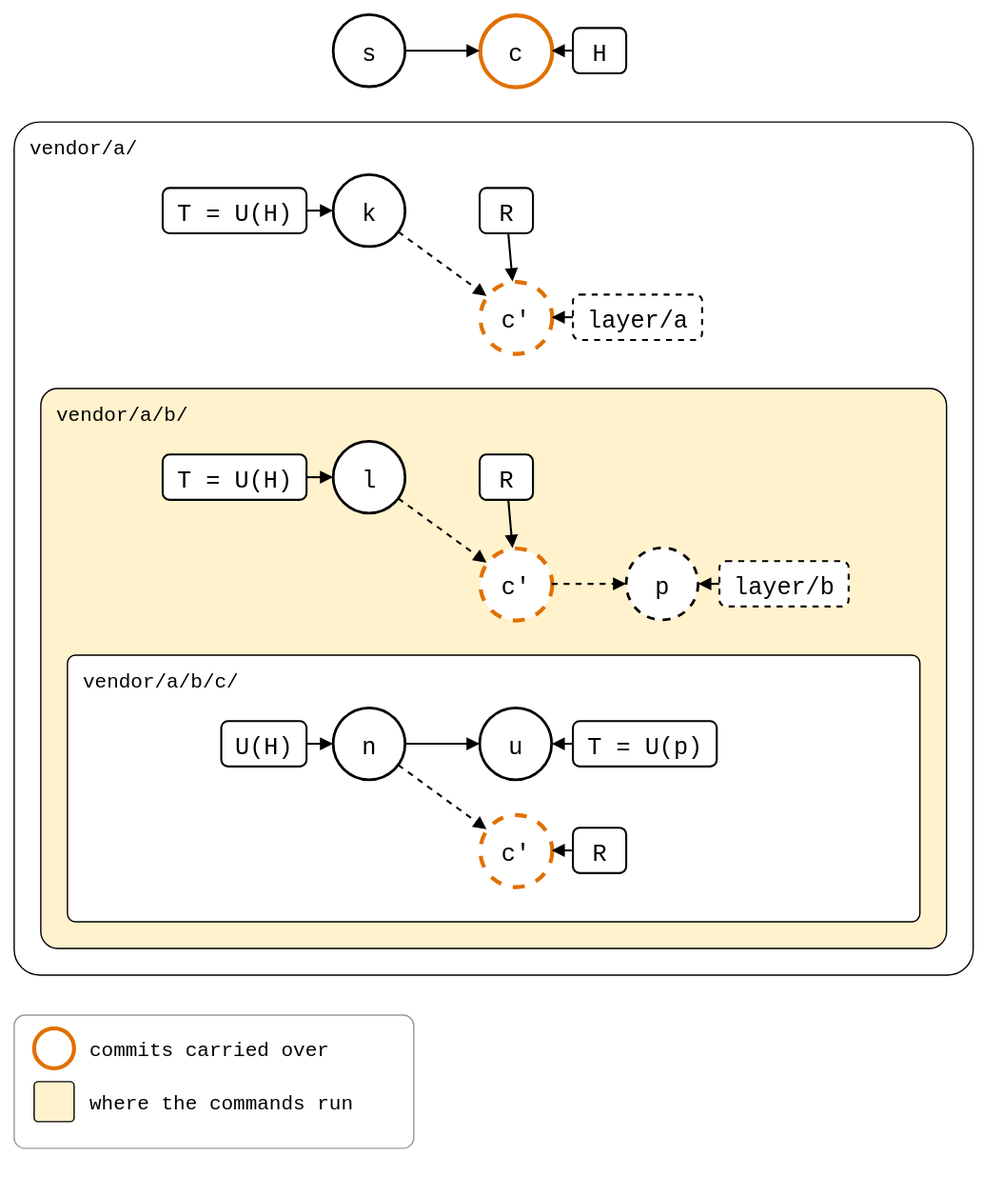
Before: docs/09-scenarios/05-nested-splices/01-nested-splices/02-three-levels/levels-pulled-below.drawio.svg, a diagram exported from draw.io (roschaefer/git-splice). Source tidied: cells renumbered, new cells last; positions are measured from the earlier drawing's top-left corner, leaving out a move shared by most shapes.
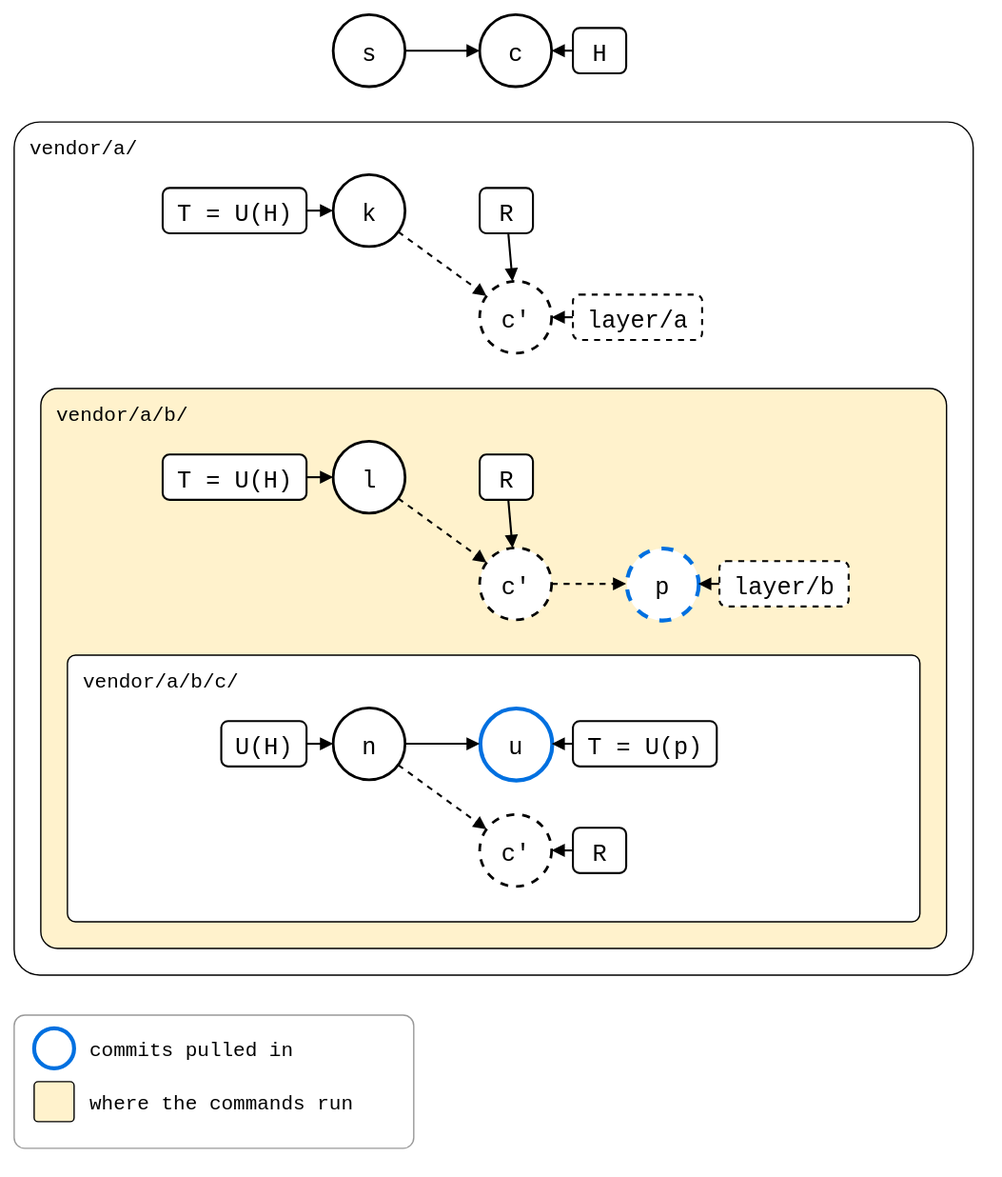
The same diagram one commit later.

Commit message:
docs(scenarios): follow the pulled commit out through the levels in blue

Diff of the diagram source:
```diff
@@ -14,7 +14,7 @@
     <mxCell id="5" value="s" style="ellipse;strokeWidth=2;fontSize=18;fontFamily=Roboto Mono,monospace;" parent="1" vertex="1">
       <mxGeometry x="240" width="54" height="54" as="geometry" />
     </mxCell>
-    <mxCell id="6" value="c" style="ellipse;strokeWidth=2;fontSize=18;fontFamily=Roboto Mono,monospace;strokeColor=#E07000;strokeWidth=3;" parent="1" vertex="1">
+    <mxCell id="6" value="c" style="ellipse;strokeWidth=2;fontSize=18;fontFamily=Roboto Mono,monospace;" parent="1" vertex="1">
       <mxGeometry x="350" width="54" height="54" as="geometry" />
     </mxCell>
     <mxCell id="7" style="endArrow=block;endFill=1;html=1;strokeWidth=1.5;rounded=0;" parent="1" edge="1" source="5" target="6">
@@ -29,7 +29,7 @@
     <mxCell id="10" value="k" style="ellipse;strokeWidth=2;fontSize=18;fontFamily=Roboto Mono,monospace;" parent="1" vertex="1">
       <mxGeometry x="240" y="120" width="54" height="54" as="geometry" />
     </mxCell>
-    <mxCell id="11" value="c'" style="ellipse;strokeWidth=2;fontSize=18;fontFamily=Roboto Mono,monospace;dashed=1;strokeColor=#E07000;strokeWidth=3;" parent="1" vertex="1">
+    <mxCell id="11" value="c'" style="ellipse;strokeWidth=2;fontSize=18;fontFamily=Roboto Mono,monospace;dashed=1;" parent="1" vertex="1">
       <mxGeometry x="350" y="200" width="54" height="54" as="geometry" />
     </mxCell>
     <mxCell id="12" style="endArrow=block;endFill=1;html=1;strokeWidth=1.5;rounded=0;dashed=1;" parent="1" edge="1" source="10" target="11">
@@ -38,7 +38,7 @@
     <mxCell id="13" value="l" style="ellipse;strokeWidth=2;fontSize=18;fontFamily=Roboto Mono,monospace;" parent="1" vertex="1">
       <mxGeometry x="240" y="320" width="54" height="54" as="geometry" />
     </mxCell>
-    <mxCell id="14" value="c'" style="ellipse;strokeWidth=2;fontSize=18;fontFamily=Roboto Mono,monospace;dashed=1;strokeColor=#E07000;strokeWidth=3;" parent="1" vertex="1">
+    <mxCell id="14" value="c'" style="ellipse;strokeWidth=2;fontSize=18;fontFamily=Roboto Mono,monospace;dashed=1;" parent="1" vertex="1">
       <mxGeometry x="350" y="400" width="54" height="54" as="geometry" />
     </mxCell>
     <mxCell id="15" style="endArrow=block;endFill=1;html=1;strokeWidth=1.5;rounded=0;dashed=1;" parent="1" edge="1" source="13" target="14">
@@ -47,13 +47,13 @@
     <mxCell id="16" value="n" style="ellipse;strokeWidth=2;fontSize=18;fontFamily=Roboto Mono,monospace;" parent="1" vertex="1">
       <mxGeometry x="240" y="520" width="54" height="54" as="geometry" />
     </mxCell>
-    <mxCell id="17" value="u" style="ellipse;strokeWidth=2;fontSize=18;fontFamily=Roboto Mono,monospace;" parent="1" vertex="1">
+    <mxCell id="17" value="u" style="ellipse;strokeWidth=2;fontSize=18;fontFamily=Roboto Mono,monospace;strokeColor=#0070E0;strokeWidth=3;" parent="1" vertex="1">
       <mxGeometry x="350" y="520" width="54" height="54" as="geometry" />
     </mxCell>
     <mxCell id="18" style="endArrow=block;endFill=1;html=1;strokeWidth=1.5;rounded=0;" parent="1" edge="1" source="16" target="17">
       <mxGeometry relative="1" as="geometry" />
     </mxCell>
-    <mxCell id="19" value="c'" style="ellipse;strokeWidth=2;fontSize=18;fontFamily=Roboto Mono,monospace;dashed=1;strokeColor=#E07000;strokeWidth=3;" parent="1" vertex="1">
+    <mxCell id="19" value="c'" style="ellipse;strokeWidth=2;fontSize=18;fontFamily=Roboto Mono,monospace;dashed=1;" parent="1" vertex="1">
       <mxGeometry x="350" y="600" width="54" height="54" as="geometry" />
     </mxCell>
     <mxCell id="20" style="endArrow=block;endFill=1;html=1;strokeWidth=1.5;rounded=0;dashed=1;" parent="1" edge="1" source="16" target="19">
@@ -77,7 +77,7 @@
     <mxCell id="26" style="endArrow=block;endFill=1;html=1;strokeWidth=1.5;rounded=0;" parent="1" edge="1" source="25" target="16">
       <mxGeometry relative="1" as="geometry" />
     </mxCell>
-    <mxCell id="27" value="p" style="ellipse;strokeWidth=2;fontSize=18;fontFamily=Roboto Mono,monospace;dashed=1;" parent="1" vertex="1">
+    <mxCell id="27" value="p" style="ellipse;strokeWidth=2;fontSize=18;fontFamily=Roboto Mono,monospace;dashed=1;strokeColor=#0070E0;strokeWidth=3;" parent="1" vertex="1">
       <mxGeometry x="460" y="400" width="54" height="54" as="geometry" />
     </mxCell>
     <mxCell id="28" style="endArrow=block;endFill=1;html=1;strokeWidth=1.5;rounded=0;dashed=1;" parent="1" edge="1" source="14" target="27">
@@ -122,12 +122,12 @@
     <mxCell id="41" style="rounded=1;arcSize=8;fillColor=none;strokeColor=#999999;strokeWidth=1;legend=1;" parent="1" vertex="1">
       <mxGeometry y="750" width="300" height="100" as="geometry" />
     </mxCell>
-    <mxCell id="42" style="ellipse;fontSize=13;fontFamily=Roboto Mono,monospace;strokeWidth=2;strokeColor=#E07000;strokeWidth=3;" parent="41" vertex="1">
-      <mxGeometry x="15" y="10" width="30" height="30" as="geometry" />
-    </mxCell>
-    <mxCell id="43" value="commits carried over" style="text;align=left;verticalAlign=middle;fontSize=15;fontFamily=Roboto Mono,monospace;" parent="41" vertex="1">
-      <mxGeometry x="55" y="10" width="240" height="30" as="geometry" />
-    </mxCell>
+    <mxCell id="46" style="ellipse;fontSize=13;fontFamily=Roboto Mono,monospace;strokeWidth=2;strokeColor=#0070E0;strokeWidth=3;" parent="41" vertex="1">
+      <mxGeometry x="15" y="10" width="30" height="30" as="geometry" />
+    </mxCell>
+    <mxCell id="47" value="commits pulled in" style="text;align=left;verticalAlign=middle;fontSize=15;fontFamily=Roboto Mono,monospace;" parent="41" vertex="1">
+      <mxGeometry x="55" y="10" width="240" height="30" as="geometry" />
+    </mxCell>
     <mxCell id="44" style="rounded=1;arcSize=10;strokeWidth=1;fillColor=#FFF2CC;" parent="41" vertex="1">
       <mxGeometry x="15" y="50" width="30" height="30" as="geometry" />
     </mxCell>
```
